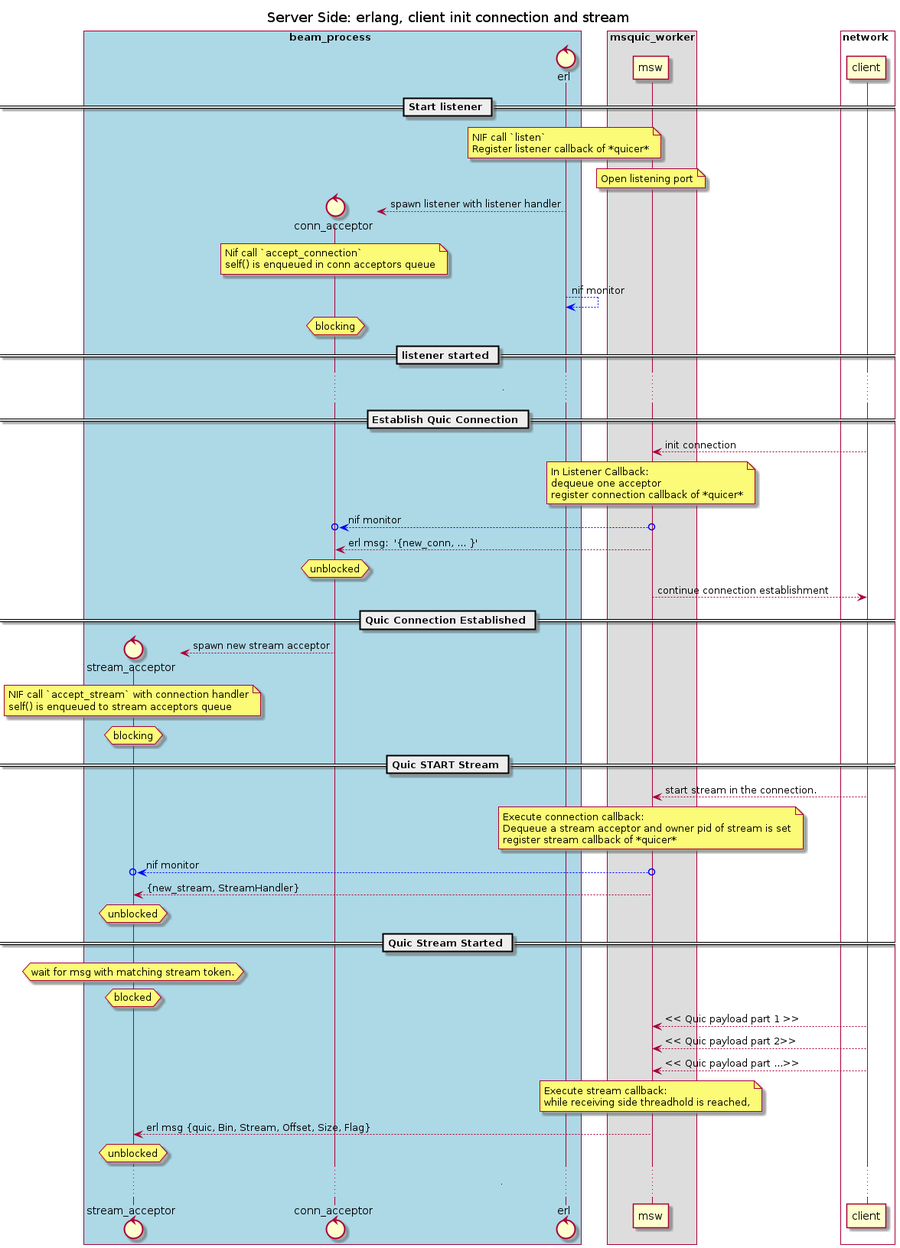
Above: docs/basic_flow_happy_path.png in emqx/quic (PlantUML), before the change.
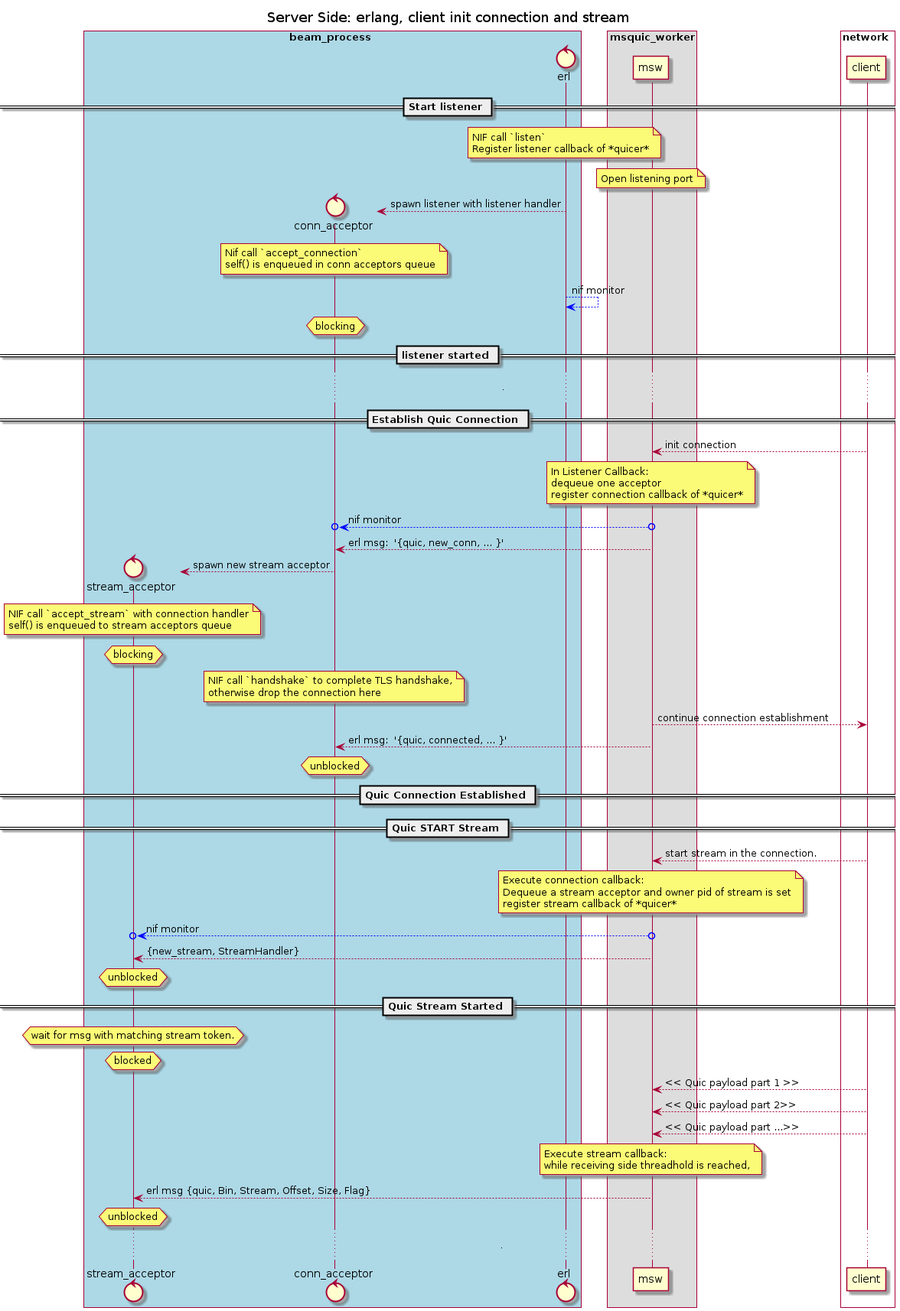
The same diagram one commit later.

Commit message:
feat: handshake at server side is mandatory by default

Change to the diagram source:
```diff
@@ -48,12 +48,7 @@
 
 msw o-[#blue]->o conn_acceptor: nif monitor
 
-msw --> conn_acceptor: erl msg:  '{new_conn, ... }'
-
-hnote over conn_acceptor: unblocked
-
-msw ---> client: continue connection establishment
-== Quic Connection Established ==
+msw --> conn_acceptor: erl msg:  '{quic, new_conn, ... }'
 
 create stream_acceptor
 conn_acceptor --> stream_acceptor: spawn new stream acceptor
@@ -64,6 +59,20 @@
 end note
 
 hnote over stream_acceptor: blocking
+
+note over conn_acceptor
+NIF call `handshake` to complete TLS handshake,
+otherwise drop the connection here
+end note
+
+msw ---> client: continue connection establishment
+
+msw --> conn_acceptor: erl msg:  '{quic, connected, ... }'
+
+hnote over conn_acceptor: unblocked
+
+
+== Quic Connection Established ==
 
 == Quic START Stream ==
 client --> msw: start stream in the connection.
```
